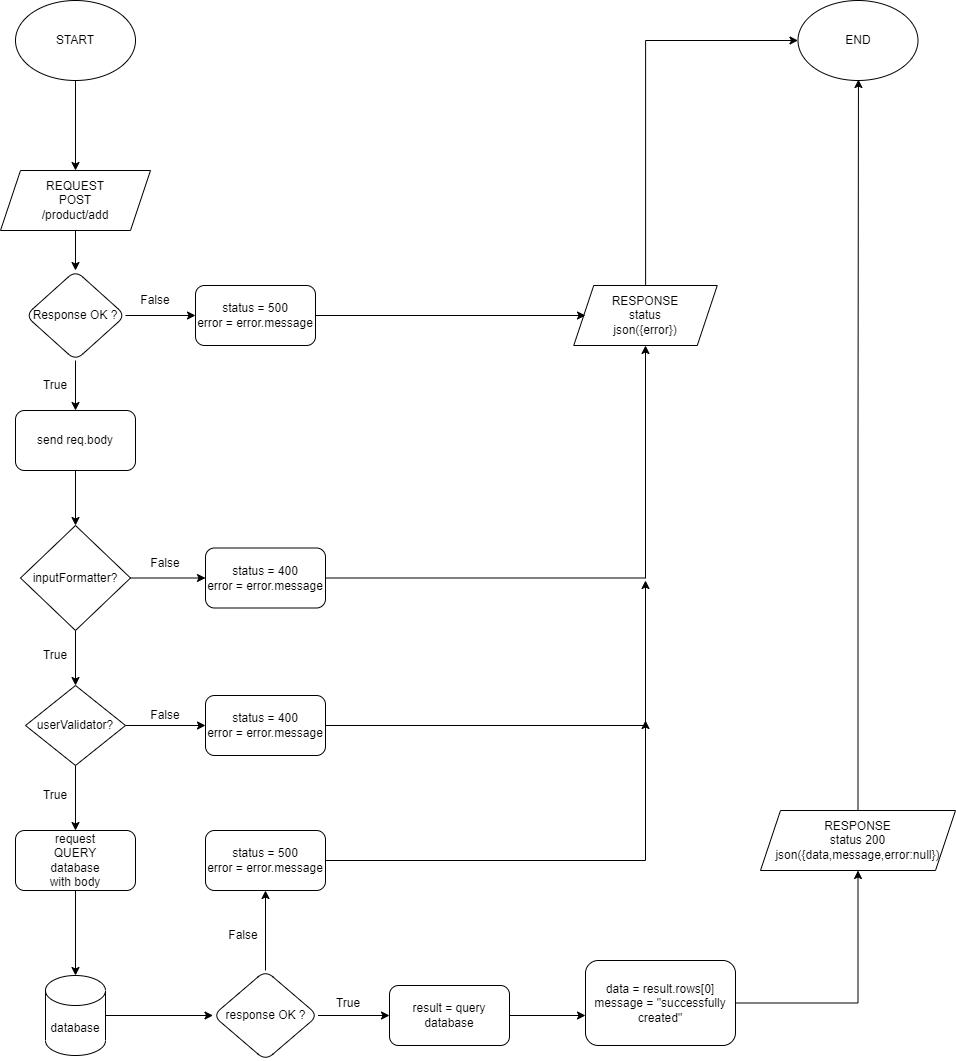
Above: flowchart/API-flowchart-POST product_add.drawio.png in achmadrasidi/juncoffee (draw.io), before the change. Source tidied: cells renumbered, new cells last; positions are measured from the earlier drawing's top-left corner, leaving out a move shared by most shapes.
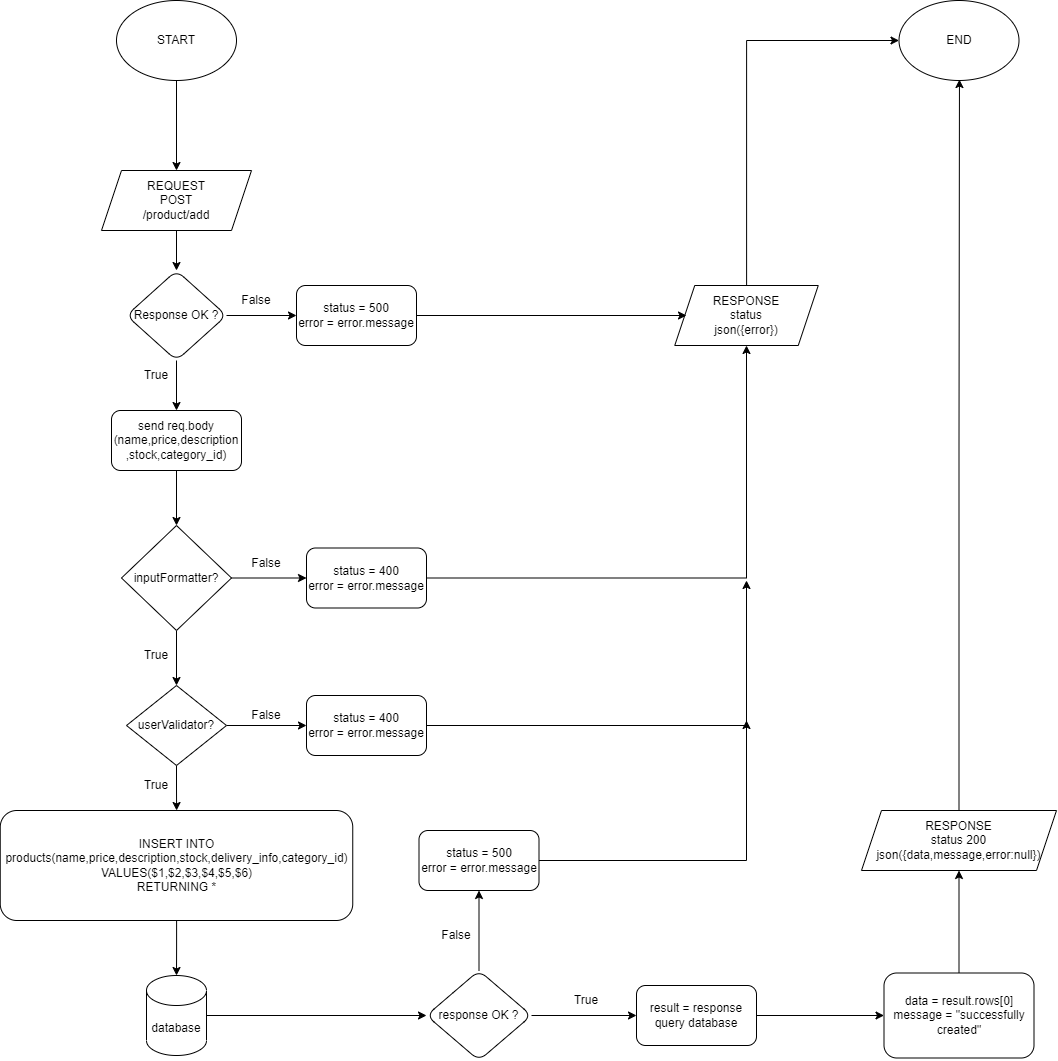
After the commit.

Change to the diagram source:
```diff
@@ -22,8 +22,8 @@
     <mxCell id="7" style="edgeStyle=orthogonalEdgeStyle;rounded=0;jettySize=auto;html=1;" parent="1" edge="1" source="8" target="34">
       <mxGeometry relative="1" as="geometry" />
     </mxCell>
-    <mxCell id="8" value="send req.body" style="whiteSpace=wrap;html=1;rounded=1;" parent="1" vertex="1">
-      <mxGeometry x="15" y="410" width="120" height="60" as="geometry" />
+    <mxCell id="8" value="send req.body&lt;br&gt;(name,price,description&lt;br&gt;,stock,category_id)" style="whiteSpace=wrap;html=1;rounded=1;" parent="1" vertex="1">
+      <mxGeometry x="10" y="410" width="130" height="60" as="geometry" />
     </mxCell>
     <mxCell id="9" style="edgeStyle=orthogonalEdgeStyle;rounded=0;jettySize=auto;html=1;" parent="1" edge="1" source="10" target="6">
       <mxGeometry relative="1" as="geometry" />
@@ -48,8 +48,8 @@
     <mxCell id="15" style="edgeStyle=orthogonalEdgeStyle;rounded=0;jettySize=auto;html=1;" parent="1" edge="1" source="16" target="14">
       <mxGeometry relative="1" as="geometry" />
     </mxCell>
-    <mxCell id="16" value="request&lt;br&gt;QUERY&lt;br&gt;database&lt;br&gt;with body" style="rounded=1;whiteSpace=wrap;html=1;" parent="1" vertex="1">
-      <mxGeometry x="15" y="830" width="120" height="60" as="geometry" />
+    <mxCell id="16" value="INSERT INTO products(name,price,description,stock,delivery_info,category_id) VALUES($1,$2,$3,$4,$5,$6)&lt;br&gt;RETURNING *" style="rounded=1;whiteSpace=wrap;html=1;" parent="1" vertex="1">
+      <mxGeometry x="-101.2" y="810" width="352.5" height="110" as="geometry" />
     </mxCell>
     <mxCell id="17" style="edgeStyle=orthogonalEdgeStyle;rounded=0;jettySize=auto;html=1;" parent="1" edge="1" source="19" target="25">
       <mxGeometry relative="1" as="geometry" />
@@ -58,7 +58,7 @@
       <mxGeometry relative="1" as="geometry" />
     </mxCell>
     <mxCell id="19" value="response OK ?" style="rhombus;whiteSpace=wrap;html=1;rounded=1;" parent="1" vertex="1">
-      <mxGeometry x="212.5" y="970" width="105" height="90" as="geometry" />
+      <mxGeometry x="325" y="970" width="105" height="90" as="geometry" />
     </mxCell>
     <mxCell id="20" style="edgeStyle=orthogonalEdgeStyle;rounded=0;jettySize=auto;html=1;entryX=0;entryY=0.5;entryDx=0;entryDy=0;" parent="1" edge="1" source="21" target="42">
       <mxGeometry relative="1" as="geometry">
@@ -70,13 +70,11 @@
     <mxCell id="21" value="&lt;span&gt;RESPONSE&lt;/span&gt;&lt;br&gt;&lt;span&gt;status&lt;/span&gt;&lt;br&gt;&lt;span&gt;json({error})&lt;/span&gt;" style="shape=parallelogram;perimeter=parallelogramPerimeter;whiteSpace=wrap;html=1;fixedSize=1;" parent="1" vertex="1">
       <mxGeometry x="573.2" y="285" width="143.5" height="60" as="geometry" />
     </mxCell>
-    <mxCell id="22" style="edgeStyle=orthogonalEdgeStyle;rounded=0;jettySize=auto;html=1;" parent="1" edge="1" source="23">
-      <mxGeometry relative="1" as="geometry">
-        <mxPoint x="585" y="1015" as="targetPoint" />
-      </mxGeometry>
-    </mxCell>
+    <mxCell id="49" style="edgeStyle=orthogonalEdgeStyle;rounded=0;jettySize=auto;html=1;entryX=0;entryY=0.5;entryDx=0;entryDy=0;" parent="1" edge="1" source="23" target="27">
+      <mxGeometry relative="1" as="geometry" />
+    </mxCell>
-    <mxCell id="23" value="result = query database" style="rounded=1;whiteSpace=wrap;html=1;" parent="1" vertex="1">
-      <mxGeometry x="389" y="985" width="120" height="60" as="geometry" />
+    <mxCell id="23" value="result = response query database" style="rounded=1;whiteSpace=wrap;html=1;" parent="1" vertex="1">
+      <mxGeometry x="535" y="985" width="120" height="60" as="geometry" />
     </mxCell>
     <mxCell id="24" style="edgeStyle=orthogonalEdgeStyle;rounded=0;jettySize=auto;html=1;" parent="1" edge="1" source="25">
       <mxGeometry relative="1" as="geometry">
@@ -87,13 +85,13 @@
       </mxGeometry>
     </mxCell>
     <mxCell id="25" value="status = 500&lt;br&gt;error = error.message" style="whiteSpace=wrap;html=1;rounded=1;" parent="1" vertex="1">
-      <mxGeometry x="205" y="830" width="120" height="60" as="geometry" />
+      <mxGeometry x="317.5" y="830" width="120" height="60" as="geometry" />
     </mxCell>
     <mxCell id="26" style="edgeStyle=orthogonalEdgeStyle;rounded=0;jettySize=auto;html=1;" parent="1" edge="1" source="27" target="12">
       <mxGeometry relative="1" as="geometry" />
     </mxCell>
     <mxCell id="27" value="data = result.rows[0]&lt;br&gt;message = &quot;successfully created&quot;" style="rounded=1;whiteSpace=wrap;html=1;" parent="1" vertex="1">
-      <mxGeometry x="585" y="960" width="150" height="85" as="geometry" />
+      <mxGeometry x="782.5" y="972.5" width="150" height="85" as="geometry" />
     </mxCell>
     <mxCell id="28" style="edgeStyle=orthogonalEdgeStyle;rounded=0;jettySize=auto;html=1;" parent="1" edge="1" source="29">
       <mxGeometry relative="1" as="geometry">
@@ -104,7 +102,7 @@
       <mxGeometry x="195" y="285" width="120" height="60" as="geometry" />
     </mxCell>
     <mxCell id="30" value="True" style="text;html=1;strokeColor=none;fillColor=none;align=center;verticalAlign=middle;whiteSpace=wrap;rounded=0;" parent="1" vertex="1">
-      <mxGeometry x="25" y="370" width="60" height="30" as="geometry" />
+      <mxGeometry x="25" y="360" width="60" height="30" as="geometry" />
     </mxCell>
     <mxCell id="31" value="False" style="text;html=1;strokeColor=none;fillColor=none;align=center;verticalAlign=middle;whiteSpace=wrap;rounded=0;" parent="1" vertex="1">
       <mxGeometry x="125" y="285" width="60" height="30" as="geometry" />
@@ -150,10 +148,10 @@
       <mxGeometry x="25" y="640" width="60" height="30" as="geometry" />
     </mxCell>
     <mxCell id="44" value="True" style="text;html=1;strokeColor=none;fillColor=none;align=center;verticalAlign=middle;whiteSpace=wrap;rounded=0;" parent="1" vertex="1">
-      <mxGeometry x="25" y="780" width="60" height="30" as="geometry" />
+      <mxGeometry x="25" y="770" width="60" height="30" as="geometry" />
     </mxCell>
     <mxCell id="45" value="True" style="text;html=1;strokeColor=none;fillColor=none;align=center;verticalAlign=middle;whiteSpace=wrap;rounded=0;" parent="1" vertex="1">
-      <mxGeometry x="317.5" y="987.5" width="60" height="30" as="geometry" />
+      <mxGeometry x="455" y="985" width="60" height="30" as="geometry" />
     </mxCell>
     <mxCell id="46" value="False" style="text;html=1;strokeColor=none;fillColor=none;align=center;verticalAlign=middle;whiteSpace=wrap;rounded=0;" parent="1" vertex="1">
       <mxGeometry x="135" y="547.5" width="60" height="30" as="geometry" />
@@ -162,7 +160,7 @@
       <mxGeometry x="135" y="700" width="60" height="30" as="geometry" />
     </mxCell>
     <mxCell id="48" value="False" style="text;html=1;strokeColor=none;fillColor=none;align=center;verticalAlign=middle;whiteSpace=wrap;rounded=0;" parent="1" vertex="1">
-      <mxGeometry x="212.5" y="920" width="60" height="30" as="geometry" />
+      <mxGeometry x="325" y="920" width="60" height="30" as="geometry" />
     </mxCell>
   </root>
 </mxGraphModel>
```
